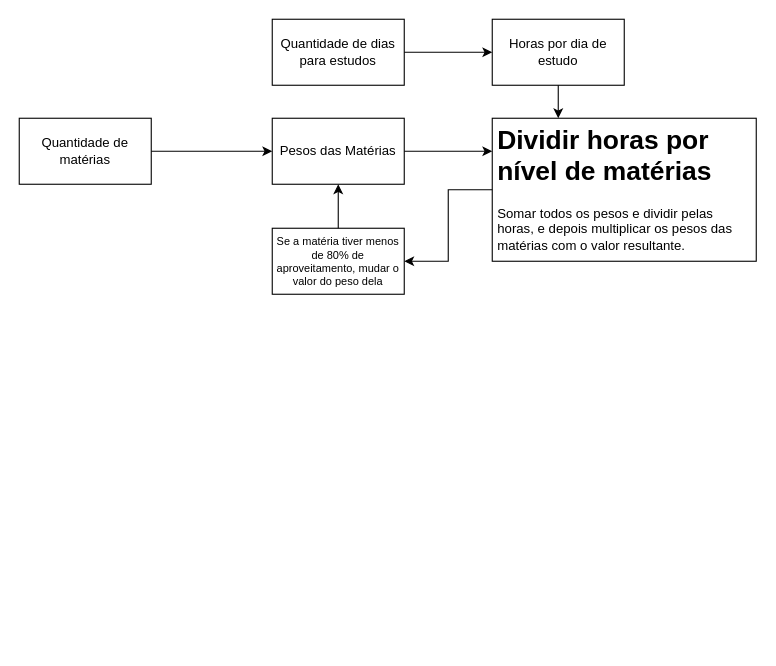
The draw.io diagram Diagrama sem nome.drawio in Tchaykovsky/Fluxogramas, before the edit. Source tidied: cells renumbered, new cells numbered last; positions are measured from the earlier drawing's top-left corner, leaving out a move shared by most shapes. Both pictures are drawn from the tidied source at 110%, with x=0, y=0 at pixel (19, 19).
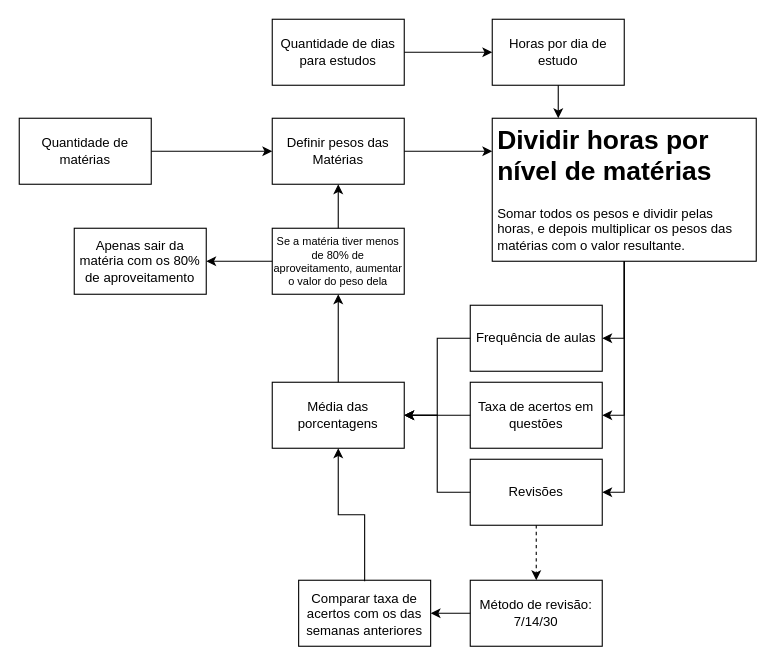
The same page after the edit.

The change refers to these unchanged cells:
```xml
<mxCell id="16" value="&lt;h1 style=&quot;&quot;&gt;Dividir horas por nível de matérias&lt;br&gt;&lt;/h1&gt;&lt;p style=&quot;&quot;&gt;Somar todos os pesos e dividir pelas horas, e depois multiplicar os pesos das matérias com o valor resultante.&lt;br&gt;&lt;/p&gt;&lt;p style=&quot;&quot;&gt;&lt;br&gt;&lt;/p&gt;" style="text;html=1;strokeColor=none;fillColor=none;spacing=5;spacingTop=-20;whiteSpace=wrap;overflow=hidden;rounded=0;" parent="1" vertex="1">
  <mxGeometry x="430" y="90" width="230" height="130" as="geometry" />
</mxCell>
```

Diff of the diagram source:
```diff
@@
-    <mxCell id="7" value="Pesos das Matérias" style="text;html=1;strokeColor=none;fillColor=none;align=center;verticalAlign=middle;whiteSpace=wrap;rounded=0;" parent="1" vertex="1">
+    <mxCell id="7" value="Definir pesos das Matérias" style="text;html=1;strokeColor=none;fillColor=none;align=center;verticalAlign=middle;whiteSpace=wrap;rounded=0;" parent="1" vertex="1">
       <mxGeometry x="230" y="90" width="120" height="60" as="geometry" />
     </mxCell>
@@
-    <mxCell id="15" style="edgeStyle=orthogonalEdgeStyle;rounded=0;jettySize=auto;html=1;entryX=1;entryY=0.5;entryDx=0;entryDy=0;fontSize=10;" parent="1" edge="1" source="16" target="19">
-      <mxGeometry relative="1" as="geometry" />
-    </mxCell>
+    <mxCell id="20" style="edgeStyle=orthogonalEdgeStyle;rounded=0;jettySize=auto;html=1;entryX=1;entryY=0.5;entryDx=0;entryDy=0;" parent="1" edge="1" source="16" target="26">
+      <mxGeometry relative="1" as="geometry">
+        <Array as="points">
+          <mxPoint x="550" y="360" />
+        </Array>
+      </mxGeometry>
+    </mxCell>
+    <mxCell id="21" style="edgeStyle=orthogonalEdgeStyle;rounded=0;jettySize=auto;html=1;entryX=1;entryY=0.5;entryDx=0;entryDy=0;" parent="1" edge="1" source="16" target="24">
+      <mxGeometry relative="1" as="geometry">
+        <Array as="points">
+          <mxPoint x="550" y="430" />
+        </Array>
+      </mxGeometry>
+    </mxCell>
+    <mxCell id="22" style="edgeStyle=orthogonalEdgeStyle;rounded=0;jettySize=auto;html=1;entryX=1;entryY=0.5;entryDx=0;entryDy=0;" parent="1" edge="1" source="16" target="25">
+      <mxGeometry relative="1" as="geometry">
+        <Array as="points">
+          <mxPoint x="550" y="290" />
+        </Array>
+      </mxGeometry>
+    </mxCell>
@@
+    <mxCell id="23" style="edgeStyle=orthogonalEdgeStyle;rounded=0;jettySize=auto;html=1;entryX=1;entryY=0.5;entryDx=0;entryDy=0;" parent="1" edge="1" source="19" target="38">
+      <mxGeometry relative="1" as="geometry" />
+    </mxCell>
-    <mxCell id="19" value="Se a matéria tiver menos de 80% de aproveitamento, mudar o valor do peso dela" style="text;html=1;strokeColor=none;fillColor=none;align=center;verticalAlign=middle;whiteSpace=wrap;rounded=0;fontSize=10;" parent="1" vertex="1">
+    <mxCell id="19" value="Se a matéria tiver menos de 80% de aproveitamento, aumentar o valor do peso dela" style="text;html=1;strokeColor=none;fillColor=none;align=center;verticalAlign=middle;whiteSpace=wrap;rounded=0;fontSize=10;" parent="1" vertex="1">
       <mxGeometry x="230" y="190" width="120" height="60" as="geometry" />
     </mxCell>
+    <mxCell id="24" style="rounded=0;whiteSpace=wrap;html=1;" parent="1" vertex="1">
+      <mxGeometry x="410" y="400" width="120" height="60" as="geometry" />
+    </mxCell>
+    <mxCell id="25" style="rounded=0;whiteSpace=wrap;html=1;" parent="1" vertex="1">
+      <mxGeometry x="410" y="260" width="120" height="60" as="geometry" />
+    </mxCell>
+    <mxCell id="26" style="rounded=0;whiteSpace=wrap;html=1;" parent="1" vertex="1">
+      <mxGeometry x="410" y="330" width="120" height="60" as="geometry" />
+    </mxCell>
+    <mxCell id="27" style="edgeStyle=orthogonalEdgeStyle;rounded=0;jettySize=auto;html=1;entryX=1;entryY=0.5;entryDx=0;entryDy=0;" parent="1" edge="1" source="28" target="34">
+      <mxGeometry relative="1" as="geometry" />
+    </mxCell>
+    <mxCell id="28" value="Frequência de aulas" style="text;html=1;strokeColor=none;fillColor=none;align=center;verticalAlign=middle;whiteSpace=wrap;rounded=0;" parent="1" vertex="1">
+      <mxGeometry x="410" y="260" width="120" height="60" as="geometry" />
+    </mxCell>
+    <mxCell id="29" style="edgeStyle=orthogonalEdgeStyle;rounded=0;jettySize=auto;html=1;" parent="1" edge="1" source="30">
+      <mxGeometry relative="1" as="geometry">
+        <mxPoint x="350" y="360" as="targetPoint" />
+      </mxGeometry>
+    </mxCell>
+    <mxCell id="30" value="Taxa de acertos em questões" style="text;html=1;strokeColor=none;fillColor=none;align=center;verticalAlign=middle;whiteSpace=wrap;rounded=0;" parent="1" vertex="1">
+      <mxGeometry x="410" y="330" width="120" height="60" as="geometry" />
+    </mxCell>
+    <mxCell id="31" style="edgeStyle=orthogonalEdgeStyle;rounded=0;jettySize=auto;html=1;" parent="1" edge="1" source="33">
+      <mxGeometry relative="1" as="geometry">
+        <mxPoint x="350" y="360" as="targetPoint" />
+        <Array as="points">
+          <mxPoint x="380" y="430" />
+          <mxPoint x="380" y="360" />
+        </Array>
+      </mxGeometry>
+    </mxCell>
+    <mxCell id="32" style="edgeStyle=orthogonalEdgeStyle;rounded=0;jettySize=auto;html=1;dashed=1;" parent="1" edge="1" source="33" target="39">
+      <mxGeometry relative="1" as="geometry">
+        <Array as="points">
+          <mxPoint x="470" y="470" />
+          <mxPoint x="470" y="470" />
+        </Array>
+      </mxGeometry>
+    </mxCell>
+    <mxCell id="33" value="Revisões" style="text;html=1;strokeColor=none;fillColor=none;align=center;verticalAlign=middle;whiteSpace=wrap;rounded=0;" parent="1" vertex="1">
+      <mxGeometry x="410" y="400" width="120" height="60" as="geometry" />
+    </mxCell>
+    <mxCell id="34" style="rounded=0;whiteSpace=wrap;html=1;" parent="1" vertex="1">
+      <mxGeometry x="230" y="330" width="120" height="60" as="geometry" />
+    </mxCell>
+    <mxCell id="35" style="edgeStyle=orthogonalEdgeStyle;rounded=0;jettySize=auto;html=1;entryX=0.5;entryY=1;entryDx=0;entryDy=0;" parent="1" edge="1" source="36" target="19">
+      <mxGeometry relative="1" as="geometry" />
+    </mxCell>
+    <mxCell id="36" value="Média das porcentagens" style="text;html=1;strokeColor=none;fillColor=none;align=center;verticalAlign=middle;whiteSpace=wrap;rounded=0;" parent="1" vertex="1">
+      <mxGeometry x="230" y="330" width="120" height="60" as="geometry" />
+    </mxCell>
+    <mxCell id="37" style="rounded=0;whiteSpace=wrap;html=1;" parent="1" vertex="1">
+      <mxGeometry x="50" y="190" width="120" height="60" as="geometry" />
+    </mxCell>
+    <mxCell id="38" value="Apenas sair da matéria com os 80% de aproveitamento" style="text;html=1;strokeColor=none;fillColor=none;align=center;verticalAlign=middle;whiteSpace=wrap;rounded=0;" parent="1" vertex="1">
+      <mxGeometry x="50" y="190" width="120" height="60" as="geometry" />
+    </mxCell>
+    <mxCell id="39" style="rounded=0;whiteSpace=wrap;html=1;" parent="1" vertex="1">
+      <mxGeometry x="410" y="510" width="120" height="60" as="geometry" />
+    </mxCell>
+    <mxCell id="40" style="edgeStyle=orthogonalEdgeStyle;rounded=0;jettySize=auto;html=1;entryX=1;entryY=0.5;entryDx=0;entryDy=0;" parent="1" edge="1" source="41" target="42">
+      <mxGeometry relative="1" as="geometry">
+        <Array as="points">
+          <mxPoint x="390" y="540" />
+          <mxPoint x="390" y="540" />
+        </Array>
+      </mxGeometry>
+    </mxCell>
+    <mxCell id="41" value="Método de revisão: 7/14/30" style="text;html=1;strokeColor=none;fillColor=none;align=center;verticalAlign=middle;whiteSpace=wrap;rounded=0;" parent="1" vertex="1">
+      <mxGeometry x="410" y="510" width="120" height="60" as="geometry" />
+    </mxCell>
+    <mxCell id="42" style="rounded=0;whiteSpace=wrap;html=1;" parent="1" vertex="1">
+      <mxGeometry x="254" y="510" width="120" height="60" as="geometry" />
+    </mxCell>
+    <mxCell id="43" style="edgeStyle=orthogonalEdgeStyle;rounded=0;jettySize=auto;html=1;entryX=0.5;entryY=1;entryDx=0;entryDy=0;" parent="1" edge="1" source="44" target="36">
+      <mxGeometry relative="1" as="geometry" />
+    </mxCell>
+    <mxCell id="44" value="Comparar taxa de acertos com os das semanas anteriores" style="text;html=1;strokeColor=none;fillColor=none;align=center;verticalAlign=middle;whiteSpace=wrap;rounded=0;" parent="1" vertex="1">
+      <mxGeometry x="254" y="511" width="120" height="59" as="geometry" />
+    </mxCell>
```
